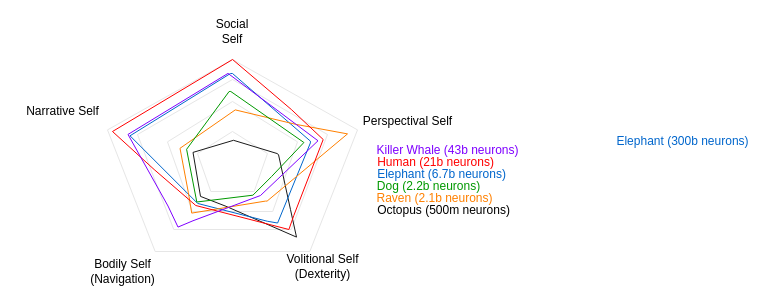
The draw.io diagram consciousness.drawio in codeaudit/1, before the edit. Source tidied: cells renumbered, new cells numbered last; positions are measured from the earlier drawing's top-left corner, leaving out a move shared by most shapes. Both pictures are drawn from the tidied source at 100%, with x=0, y=0 at pixel (17, 21).
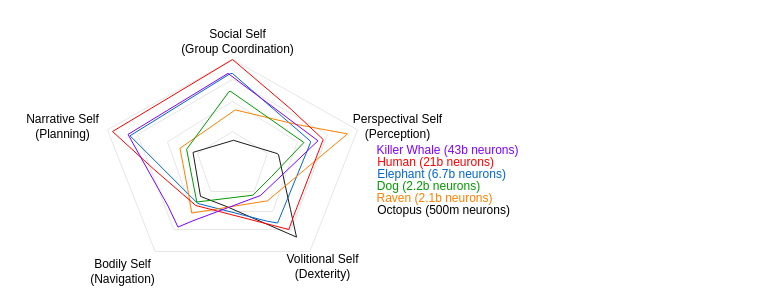
Above is the later version.

The edit, as a diff of the source:
```diff
@@
-    <mxCell id="6" value="Social Self" style="text;html=1;strokeColor=none;fillColor=none;align=center;verticalAlign=middle;whiteSpace=wrap;rounded=0;" parent="1" vertex="1">
-      <mxGeometry x="195" width="40" height="20" as="geometry" />
+    <mxCell id="6" value="Social Self&lt;br&gt;(Group Coordination)" style="text;html=1;strokeColor=none;fillColor=none;align=center;verticalAlign=middle;whiteSpace=wrap;rounded=0;" parent="1" vertex="1">
+      <mxGeometry x="162.5" y="10" width="115" height="20" as="geometry" />
     </mxCell>
@@
-    <mxCell id="8" value="Narrative Self" style="text;html=1;align=center;verticalAlign=middle;" parent="1" vertex="1">
-      <mxGeometry y="80" width="90" height="20" as="geometry" />
+    <mxCell id="8" value="Narrative Self&lt;br&gt;(Planning)" style="text;html=1;align=center;verticalAlign=middle;" parent="1" vertex="1">
+      <mxGeometry y="90" width="90" height="30" as="geometry" />
     </mxCell>
@@
-    <mxCell id="10" value="Perspectival Self" style="text;html=1;align=center;verticalAlign=middle;" parent="1" vertex="1">
-      <mxGeometry x="340" y="90" width="100" height="20" as="geometry" />
+    <mxCell id="10" value="Perspectival Self&lt;br&gt;(Perception)" style="text;html=1;align=center;verticalAlign=middle;" parent="1" vertex="1">
+      <mxGeometry x="330" y="90" width="100" height="30" as="geometry" />
     </mxCell>
@@
-    <mxCell id="21" value="&lt;font color=&quot;#0066cc&quot;&gt;Elephant (300b neurons)&lt;/font&gt;" style="text;html=1;align=center;verticalAlign=middle;" parent="1" vertex="1">
-      <mxGeometry x="590" y="110" width="150" height="20" as="geometry" />
-    </mxCell>
```
